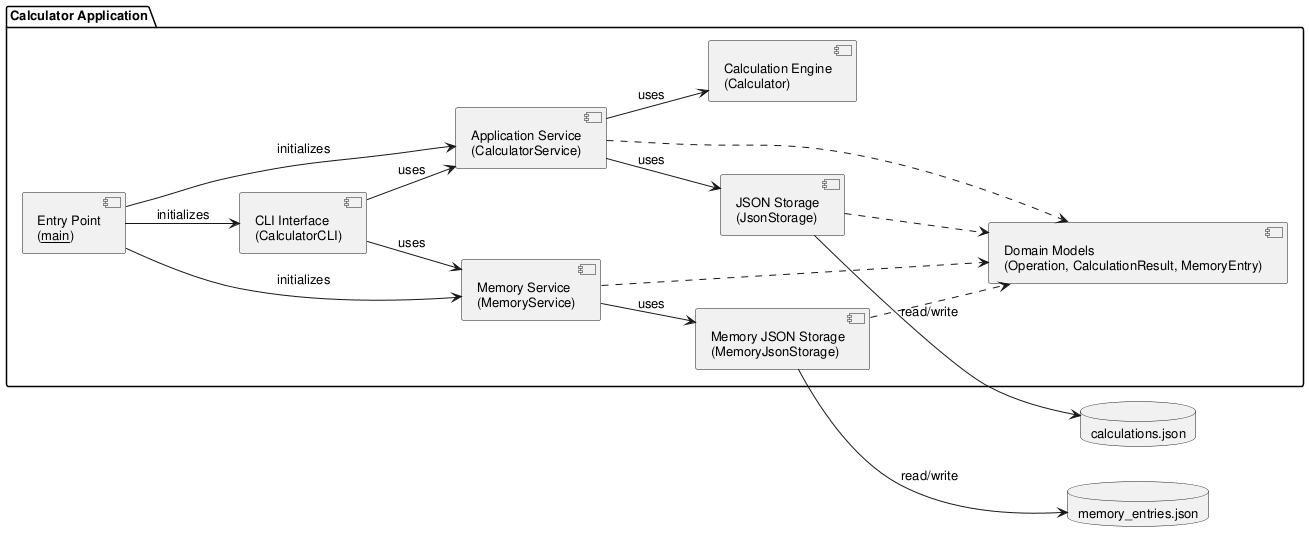
The PlantUML diagram experiments/pipeline/structured_text/calculator/artifacts/component_diagram.png in DanielRiha8906/Software_autoevolution_using_agents, before a commit.
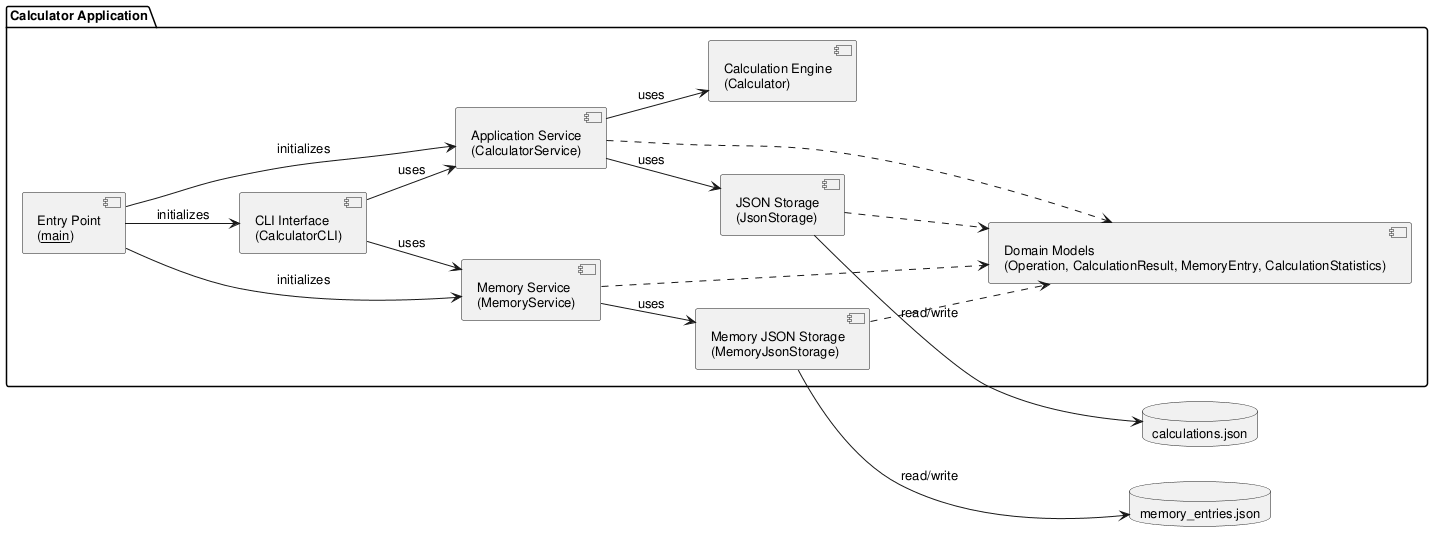
After the change.

The edit, as a diff of the source:
```diff
@@ -16,7 +16,7 @@
     component "JSON Storage\n(JsonStorage)" as Store
     component "Memory JSON Storage\n(MemoryJsonStorage)" as MemStore
 
-    component "Domain Models\n(Operation, CalculationResult, MemoryEntry)" as Models
+    component "Domain Models\n(Operation, CalculationResult, MemoryEntry, CalculationStatistics)" as Models
 
     Main --> CLI : initializes
     Main --> Service : initializes
```
